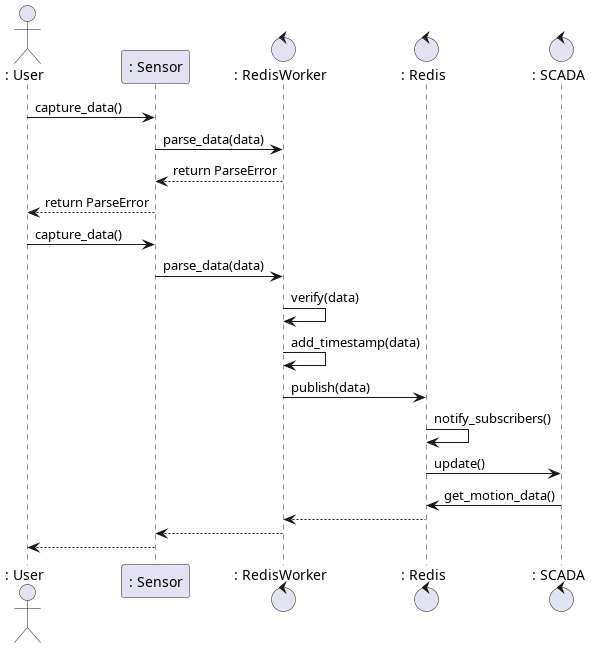
The PlantUML diagram SequenceDiagrams/images/02_motion_detection_alternative_02_parse_fail.png in AuspiciousCrane/TSP_Diagrams, before a commit.
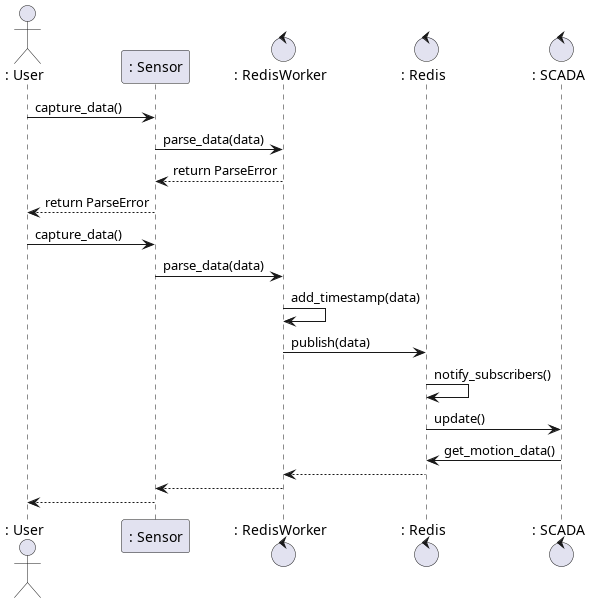
The same file after the commit.

Change to the diagram source:
```diff
@@ -13,7 +13,6 @@
 
 User -> Sensor : capture_data()
 Sensor -> RedisWorker : parse_data(data)
-RedisWorker -> RedisWorker : verify(data)
 RedisWorker -> RedisWorker : add_timestamp(data)
 RedisWorker -> Redis : publish(data)
 Redis -> Redis : notify_subscribers()
```
